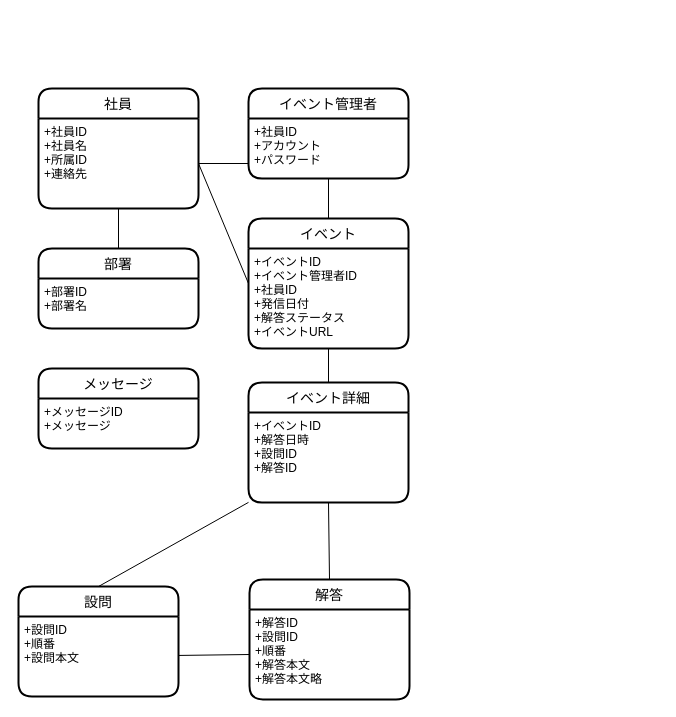
ken-fulGit/fulGit keeps this draw.io diagram as safetyConfirmation/doc/03_ER/safetyConfirmation_er.drawio. Above is the earlier version. Source tidied: cells renumbered, new cells numbered last; positions are measured from the earlier drawing's top-left corner, leaving out a move shared by most shapes. Both pictures are drawn from the tidied source at 100%, with x=0, y=0 at pixel (18, 88).
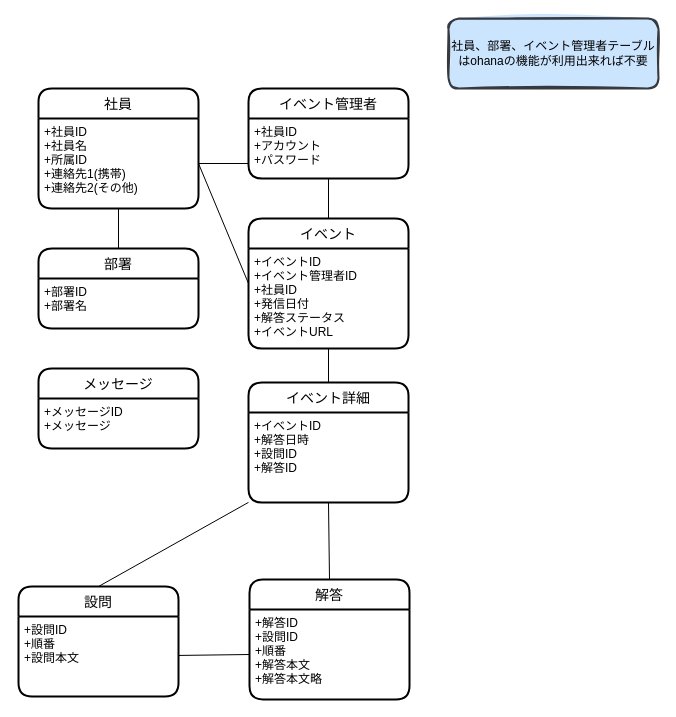
After the change.

Commit message (it also covers changes not shown here):
UseCase、ER図、アウトライン追記

Unchanged cells that the change refers to:
```xml
<mxCell id="2" value="社員" style="swimlane;horizontal=1;startSize=30;rounded=1;fontSize=14;fontStyle=0;strokeWidth=2;shadow=0;dashed=0;align=center;" parent="1" vertex="1">
  <mxGeometry x="20" width="160" height="120" as="geometry" />
</mxCell>
```

Change to the diagram source:
```diff
@@
-    <mxCell id="3" value="+社員ID&#10;+社員名&#10;+所属ID&#10;+連絡先" style="align=left;strokeColor=none;fillColor=none;spacingLeft=4;fontSize=12;verticalAlign=top;" parent="2" vertex="1">
+    <mxCell id="3" value="+社員ID&#10;+社員名&#10;+所属ID&#10;+連絡先1(携帯)&#10;+連絡先2(その他)" style="align=left;strokeColor=none;fillColor=none;spacingLeft=4;fontSize=12;verticalAlign=top;" parent="2" vertex="1">
       <mxGeometry y="30" width="160" height="90" as="geometry" />
     </mxCell>
@@
+    <mxCell id="26" value="社員、部署、イベント管理者テーブルはohanaの機能が利用出来れば不要" style="rounded=1;whiteSpace=wrap;html=1;strokeWidth=2;fillWeight=4;hachureGap=8;hachureAngle=45;sketch=1;fillStyle=solid;fillColor=#cce5ff;strokeColor=#36393d;fontColor=#000000;" parent="1" vertex="1">
+      <mxGeometry x="430" y="-70" width="210" height="70" as="geometry" />
+    </mxCell>
```
